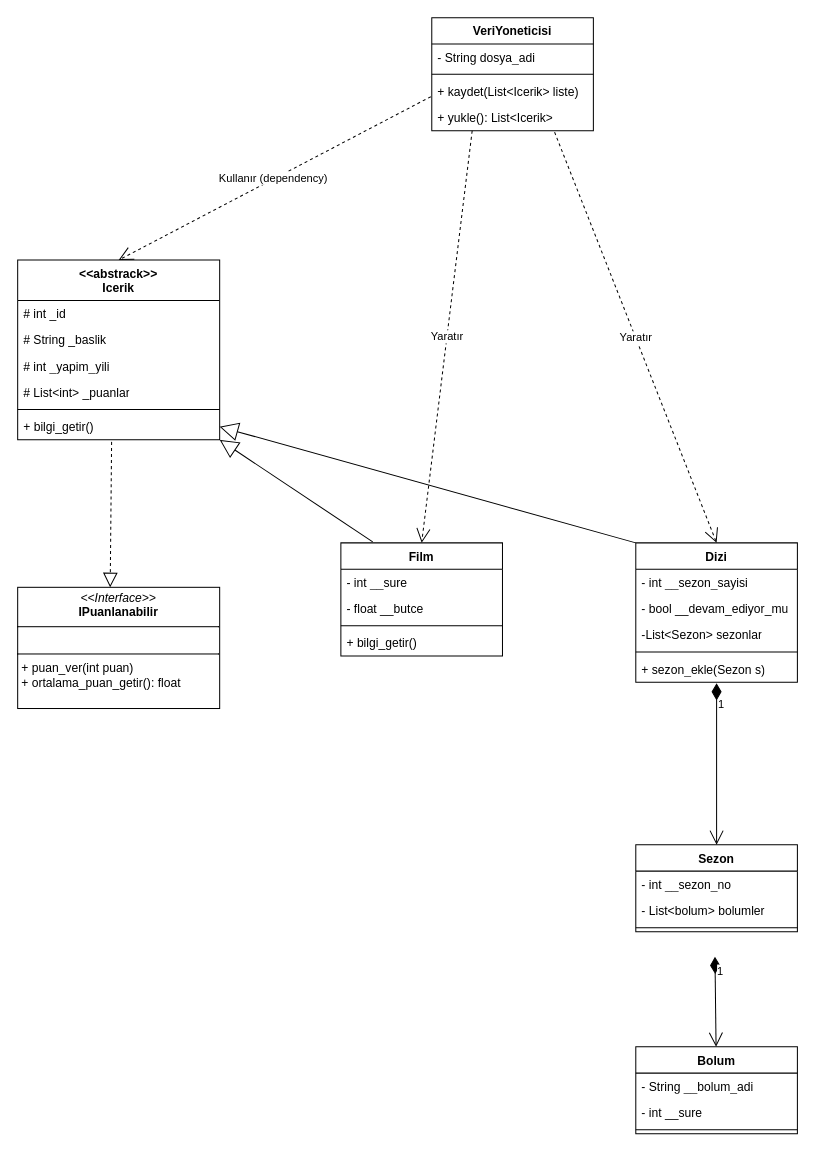
This is film_arşiv_otomasyonu.drawio from mvelinamli/film_arsiv_otomasyonu, a draw.io file, before an edit. Source tidied: cells renumbered, new cells numbered last; positions are measured from the earlier drawing's top-left corner, leaving out a move shared by most shapes. Both pictures are drawn from the tidied source at 101%, with x=0, y=0 at pixel (17, 17).
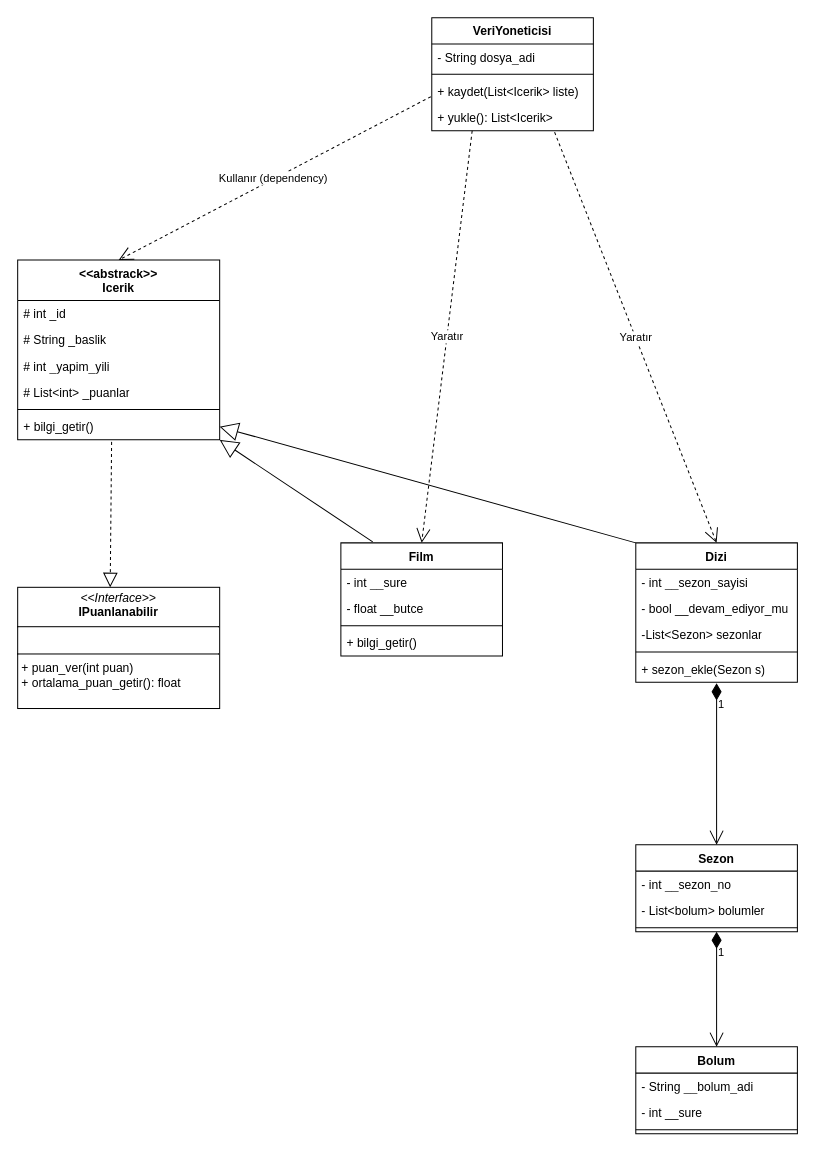
The same page after the edit.

Unchanged cells that the change refers to:
```xml
<mxCell id="26" value="Sezon" style="swimlane;fontStyle=1;align=center;verticalAlign=top;horizontal=1;startSize=26;whiteSpace=wrap;html=1;" parent="1" vertex="1">
  <mxGeometry x="612" y="819" width="160" height="86" as="geometry" />
</mxCell>
<mxCell id="30" value="Bolum" style="swimlane;fontStyle=1;align=center;verticalAlign=top;horizontal=1;startSize=26;whiteSpace=wrap;html=1;" parent="1" vertex="1">
  <mxGeometry x="612" y="1019" width="160" height="86" as="geometry" />
</mxCell>
```

What changed in the source:
```diff
@@
-    <mxCell id="38" value="1" style="endArrow=open;html=1;endSize=12;startArrow=diamondThin;startSize=14;startFill=1;align=left;verticalAlign=bottom;rounded=0;exitX=0.49;exitY=0.955;exitDx=0;exitDy=0;exitPerimeter=0;" parent="1" edge="1" target="30">
-      <mxGeometry x="-0.48" relative="1" as="geometry">
-        <mxPoint x="690.4" y="929.8" as="sourcePoint" />
-      </mxGeometry>
+    <mxCell id="38" value="1" style="endArrow=open;html=1;endSize=12;startArrow=diamondThin;startSize=14;startFill=1;align=left;verticalAlign=bottom;rounded=0;exitX=0.5;exitY=1;exitDx=0;exitDy=0;" parent="1" edge="1" source="26" target="30">
+      <mxGeometry x="-0.48" relative="1" as="geometry" />
     </mxCell>
```
